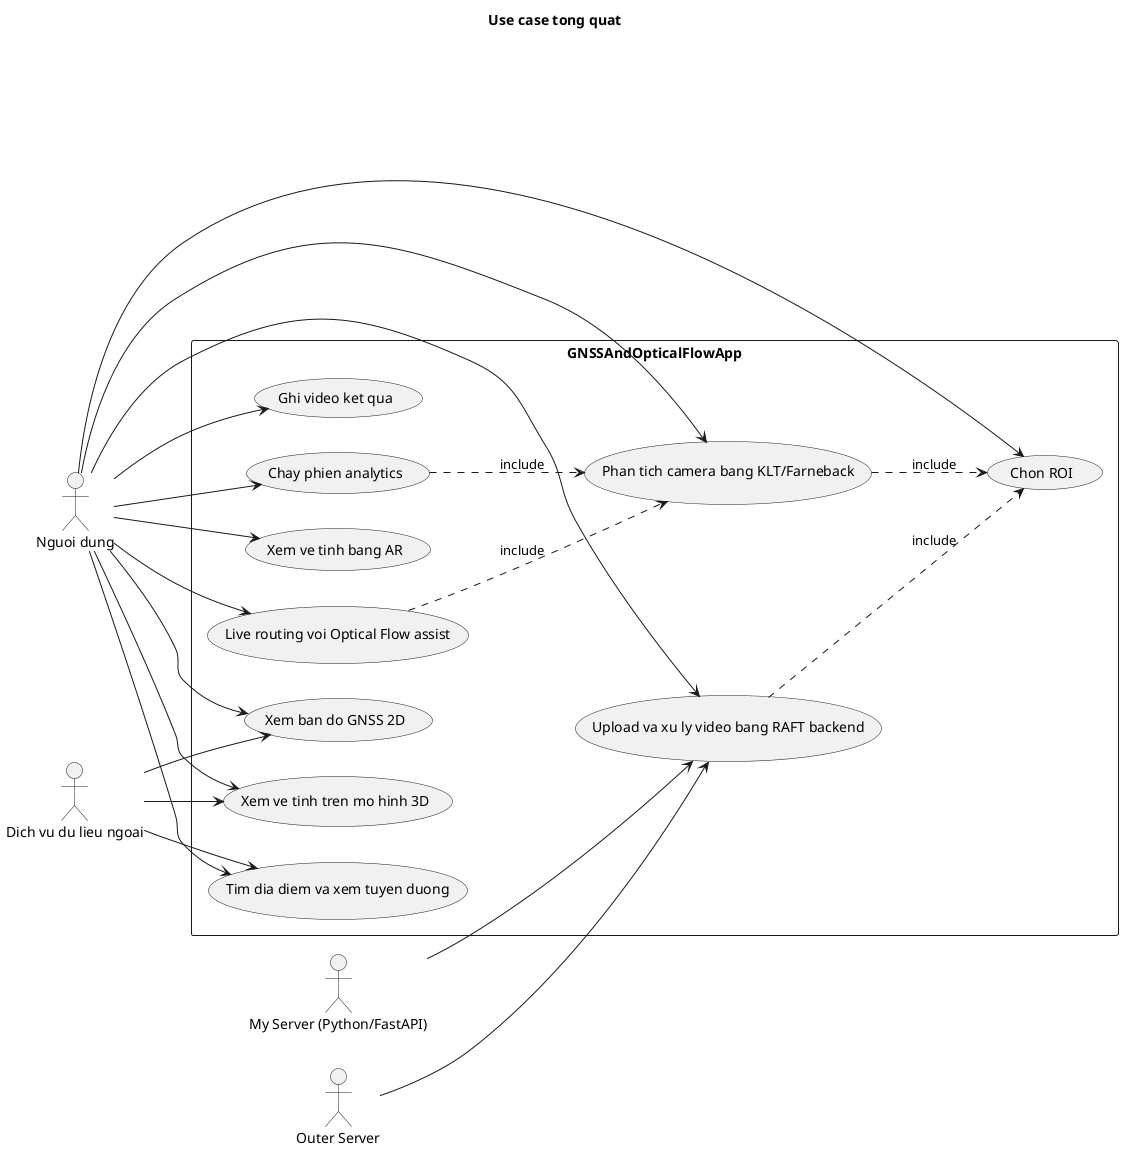
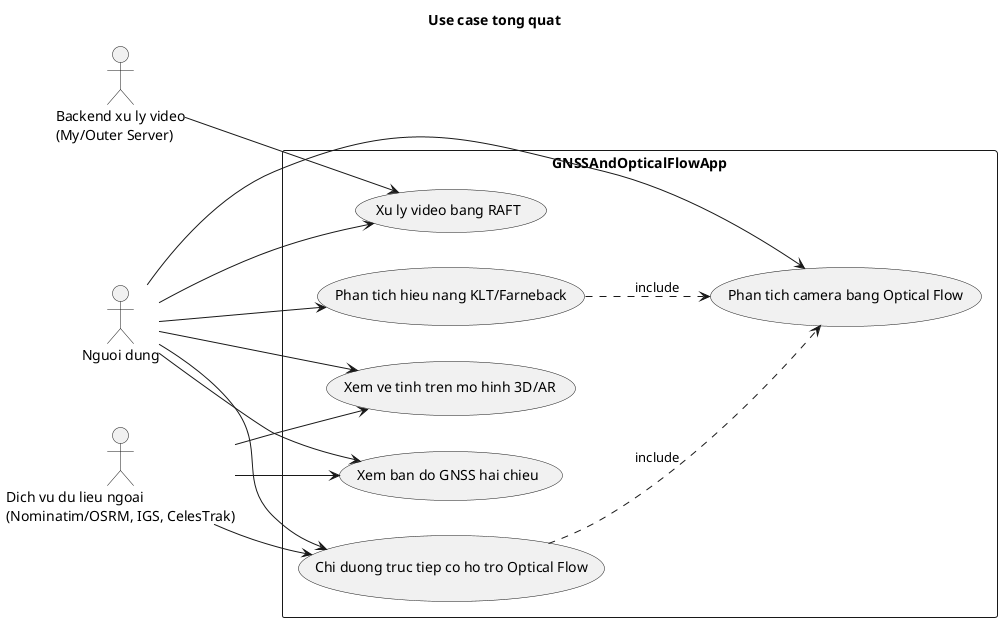
- @startuml
+ ﻿@startuml usecase_tong_quat
+ skinparam defaultFontName "Times New Roman"
title Use case tong quat
- 
left to right direction
+ skinparam packageStyle rectangle

actor "Nguoi dung" as User
- actor "My Server (Python/FastAPI)" as MyServer
- actor "Outer Server" as OuterServer
- actor "Dich vu du lieu ngoai" as External
+ actor "Backend xu ly video\n(My/Outer Server)" as Backend
+ actor "Dich vu du lieu ngoai\n(Nominatim/OSRM, IGS, CelesTrak)" as External

rectangle "GNSSAndOpticalFlowApp" {
-   usecase "Xem ban do GNSS 2D" as UC1
-   usecase "Tim dia diem va xem tuyen duong" as UC2
-   usecase "Xem ve tinh tren mo hinh 3D" as UC3
-   usecase "Xem ve tinh bang AR" as UC4
-   usecase "Live routing voi Optical Flow assist" as UC5
-   usecase "Phan tich camera bang KLT/Farneback" as UC6
-   usecase "Chon ROI" as UC7
-   usecase "Ghi video ket qua" as UC8
-   usecase "Chay phien analytics" as UC9
-   usecase "Upload va xu ly video bang RAFT backend" as UC10
+   usecase "Xem ban do GNSS hai chieu" as UC1
+   usecase "Xem ve tinh tren mo hinh 3D/AR" as UC2
+   usecase "Chi duong truc tiep co ho tro Optical Flow" as UC3
+   usecase "Phan tich camera bang Optical Flow" as UC4
+   usecase "Phan tich hieu nang KLT/Farneback" as UC5
+   usecase "Xu ly video bang RAFT" as UC6
}

User --> UC1
User --> UC2
User --> UC3
User --> UC4
User --> UC5
User --> UC6
- User --> UC7
- User --> UC8
- User --> UC9
- User --> UC10

External --> UC1
External --> UC2
External --> UC3
- MyServer --> UC10
- OuterServer --> UC10
+ Backend --> UC6

- UC5 ..> UC6 : include
- UC6 ..> UC7 : include
- UC9 ..> UC6 : include
- UC10 ..> UC7 : include
- 
+ UC3 ..> UC4 : include
+ UC5 ..> UC4 : include
@enduml
